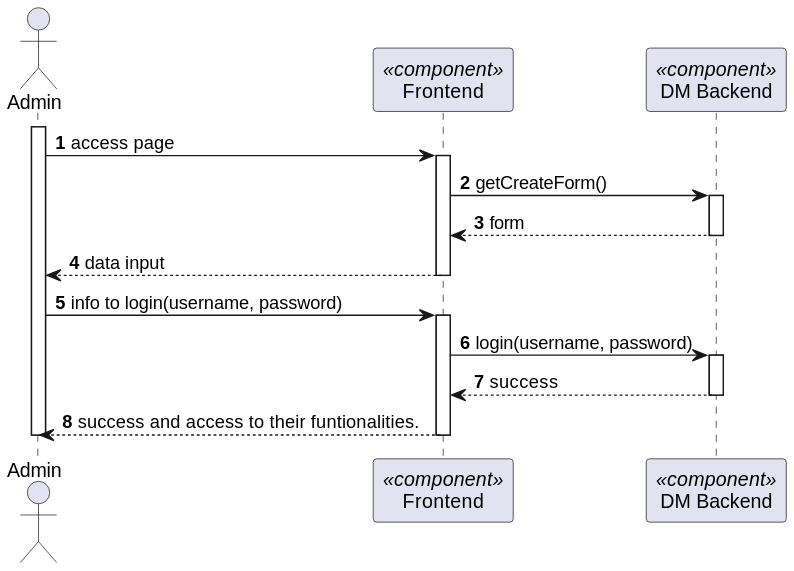
Before: docs/BackofficeModule/7.2.10/sequence-diagram-2.svg, a diagram exported from PlantUML (Ana-Miguel-Silva/SurgicalAppointmentAndResourceManagement). The source it was exported from:
```plantuml
@startuml
skinparam packageStyle rectangle
skinparam shadowing false

autonumber

actor "Admin" as AD
participant "Frontend" as FE <<component>>
participant "DM Backend" as BE <<component>>



activate AD
AD -> FE: access page
activate FE
FE -> BE: getCreateForm()
activate BE
BE --> FE: form
deactivate BE
FE --> AD : data input
deactivate FE
AD -> FE : info to login(username, password)
activate FE
FE -> BE : login(username, password)
activate BE
BE --> FE: success
deactivate BE
FE --> AD : success and access to their funtionalities.
deactivate FE
deactivate AD
@enduml
```
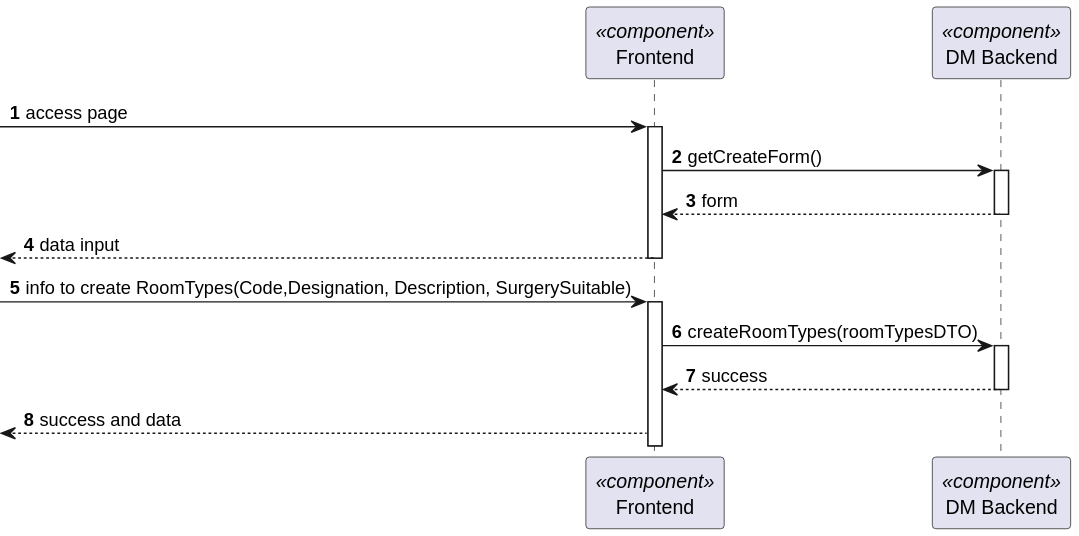
After the commit.

Diff of the diagram source:
```diff
@@ -4,28 +4,25 @@
 
 autonumber
 
-actor "Admin" as AD
 participant "Frontend" as FE <<component>>
 participant "DM Backend" as BE <<component>>
 
 
 
-activate AD
-AD -> FE: access page
+ -> FE: access page
 activate FE
 FE -> BE: getCreateForm()
 activate BE
 BE --> FE: form
 deactivate BE
-FE --> AD : data input
+<-- FE   : data input
 deactivate FE
-AD -> FE : info to login(username, password)
+-> FE : info to create RoomTypes(Code,Designation, Description, SurgerySuitable)
 activate FE
-FE -> BE : login(username, password)
+FE -> BE : createRoomTypes(roomTypesDTO)
 activate BE
 BE --> FE: success
 deactivate BE
-FE --> AD : success and access to their funtionalities.
-deactivate FE
-deactivate AD
+
+<-- FE   : success and data
 @enduml
```
